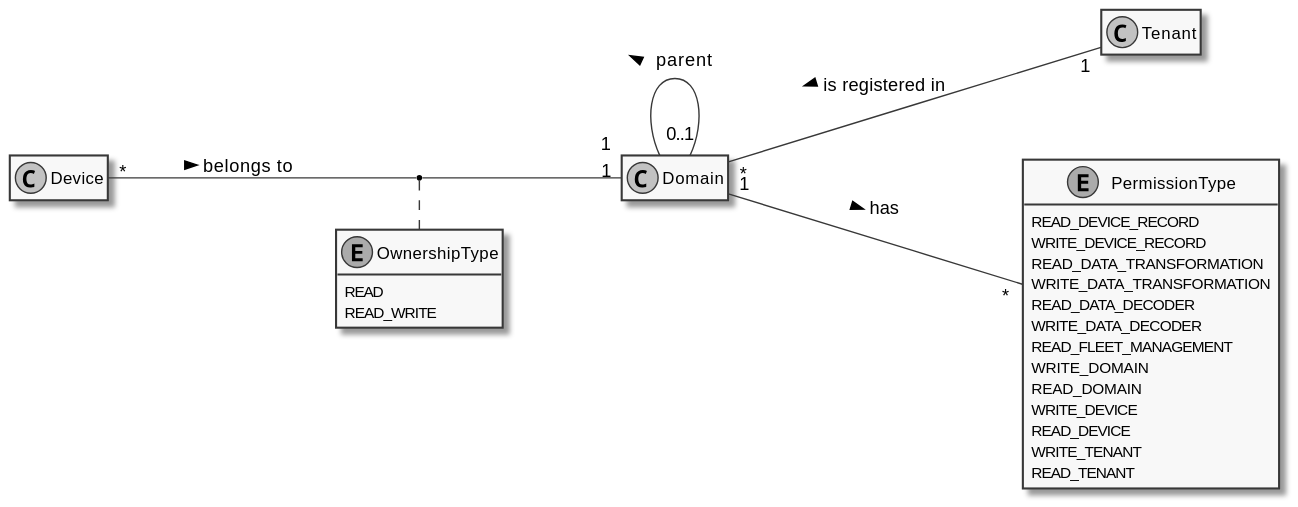
Above: docs/identity-management/diagrams/model.svg in FilipeMCruz/sensae-console (PlantUML), before the change. Source of this version:
```plantuml
@startuml model

skinparam Monochrome true
hide empty members
left to right direction

class Domain

class Tenant

class Device

enum OwnershipType {
    READ
    READ_WRITE
}

enum PermissionType {
    READ_DEVICE_RECORD
    WRITE_DEVICE_RECORD
    READ_DATA_TRANSFORMATION
    WRITE_DATA_TRANSFORMATION
    READ_DATA_DECODER
    WRITE_DATA_DECODER
    READ_FLEET_MANAGEMENT
    WRITE_DOMAIN
    READ_DOMAIN
    WRITE_DEVICE
    READ_DEVICE
    WRITE_TENANT
    READ_TENANT
}

Domain "*" -- "1" Tenant: is registered in <
Device "*" -- "1" Domain: belongs to >
Domain "1" -- "*" PermissionType: has >
Domain "1" -- "0..1" Domain: parent >

(Domain, Device) .. OwnershipType

@enduml
```
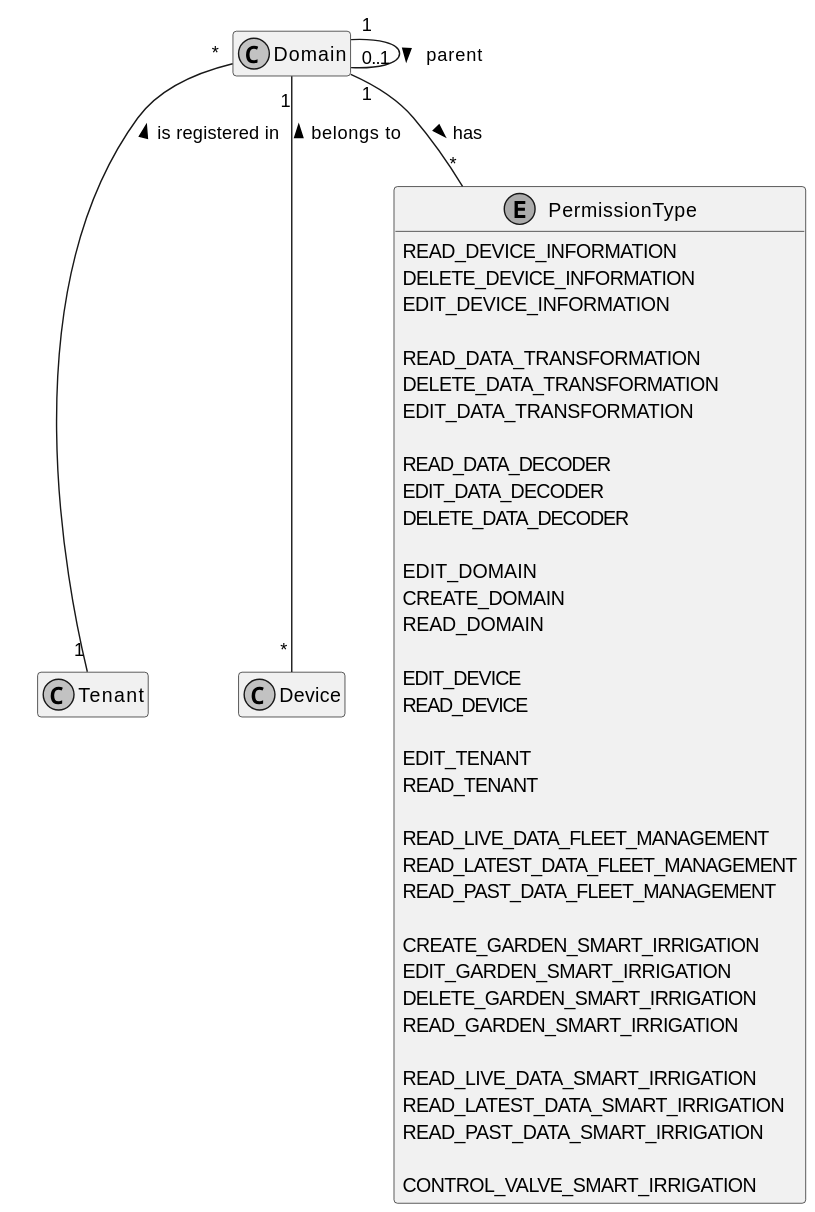
Later version of the same file.

Commit message:
Updated docs with new info related to device domain ownership

Diff of the diagram source:
```diff
@@ -2,7 +2,6 @@
 
 skinparam Monochrome true
 hide empty members
-left to right direction
 
 class Domain
 
@@ -10,32 +9,48 @@
 
 class Device
 
-enum OwnershipType {
-    READ
-    READ_WRITE
-}
+enum PermissionType {
+    READ_DEVICE_INFORMATION
+    DELETE_DEVICE_INFORMATION
+    EDIT_DEVICE_INFORMATION
 
-enum PermissionType {
-    READ_DEVICE_RECORD
-    WRITE_DEVICE_RECORD
     READ_DATA_TRANSFORMATION
-    WRITE_DATA_TRANSFORMATION
+    DELETE_DATA_TRANSFORMATION
+    EDIT_DATA_TRANSFORMATION
+
     READ_DATA_DECODER
-    WRITE_DATA_DECODER
-    READ_FLEET_MANAGEMENT
-    WRITE_DOMAIN
+    EDIT_DATA_DECODER
+    DELETE_DATA_DECODER
+
+    EDIT_DOMAIN
+    CREATE_DOMAIN
     READ_DOMAIN
-    WRITE_DEVICE
+
+    EDIT_DEVICE
     READ_DEVICE
-    WRITE_TENANT
+
+    EDIT_TENANT
     READ_TENANT
+
+    READ_LIVE_DATA_FLEET_MANAGEMENT
+    READ_LATEST_DATA_FLEET_MANAGEMENT
+    READ_PAST_DATA_FLEET_MANAGEMENT
+
+    CREATE_GARDEN_SMART_IRRIGATION
+    EDIT_GARDEN_SMART_IRRIGATION
+    DELETE_GARDEN_SMART_IRRIGATION
+    READ_GARDEN_SMART_IRRIGATION
+
+    READ_LIVE_DATA_SMART_IRRIGATION
+    READ_LATEST_DATA_SMART_IRRIGATION
+    READ_PAST_DATA_SMART_IRRIGATION
+
+    CONTROL_VALVE_SMART_IRRIGATION
 }
 
 Domain "*" -- "1" Tenant: is registered in <
-Device "*" -- "1" Domain: belongs to >
+Domain "1" -- "*" Device: belongs to <
 Domain "1" -- "*" PermissionType: has >
 Domain "1" -- "0..1" Domain: parent >
 
-(Domain, Device) .. OwnershipType
-
 @enduml
```
